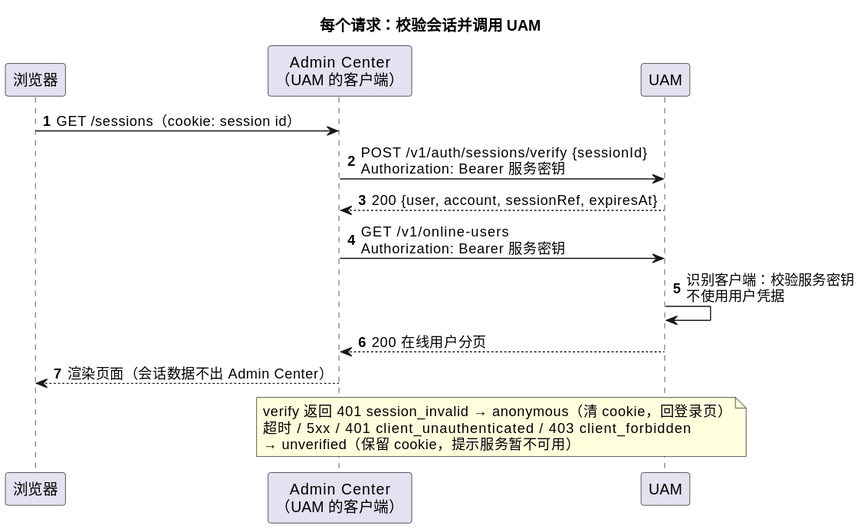
Above: docs/system-design/diagrams/seq-verify-and-call.svg in xiayy860612/tech-toolkit (PlantUML), before the change.
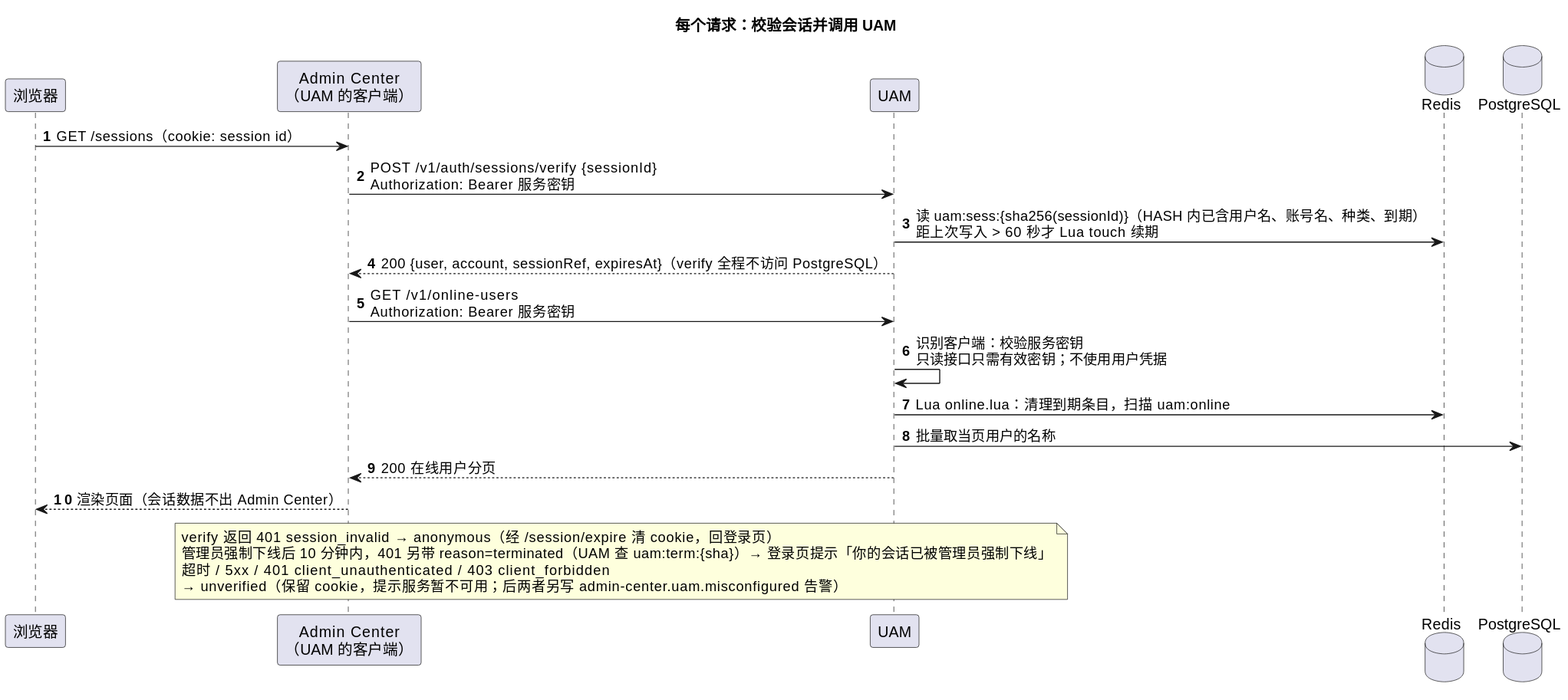
Above is the later version.

The edit, as a diff of the source:
```diff
@@ -5,18 +5,24 @@
 participant "浏览器" as B
 participant "Admin Center\n（UAM 的客户端）" as AC
 participant "UAM" as U
+database "Redis" as R
+database "PostgreSQL" as P
 
 B -> AC : GET /sessions（cookie: session id）
 AC -> U : POST /v1/auth/sessions/verify {sessionId}\nAuthorization: Bearer 服务密钥
-U --> AC : 200 {user, account, sessionRef, expiresAt}
+U -> R : 读 uam:sess:{sha256(sessionId)}（HASH 内已含用户名、账号名、种类、到期）\n距上次写入 > 60 秒才 Lua touch 续期
+U --> AC : 200 {user, account, sessionRef, expiresAt}（verify 全程不访问 PostgreSQL）
 AC -> U : GET /v1/online-users\nAuthorization: Bearer 服务密钥
-U -> U : 识别客户端：校验服务密钥\n不使用用户凭据
+U -> U : 识别客户端：校验服务密钥\n只读接口只需有效密钥；不使用用户凭据
+U -> R : Lua online.lua：清理到期条目，扫描 uam:online
+U -> P : 批量取当页用户的名称
 U --> AC : 200 在线用户分页
 AC --> B : 渲染页面（会话数据不出 Admin Center）
 
 note over AC, U
-  verify 返回 401 session_invalid → anonymous（清 cookie，回登录页）
+  verify 返回 401 session_invalid → anonymous（经 /session/expire 清 cookie，回登录页）
+  管理员强制下线后 10 分钟内，401 另带 reason=terminated（UAM 查 uam:term:{sha}）→ 登录页提示「你的会话已被管理员强制下线」
   超时 / 5xx / 401 client_unauthenticated / 403 client_forbidden
-  → unverified（保留 cookie，提示服务暂不可用）
+  → unverified（保留 cookie，提示服务暂不可用；后两者另写 admin-center.uam.misconfigured 告警）
 end note
 @enduml
```
